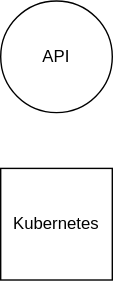
Above: wiki/images/Test.svg in IndustryFusion/DigitalTwin (draw.io), before the change. Source tidied: cells renumbered, new cells last; positions are measured from the earlier drawing's top-left corner, leaving out a move shared by most shapes.
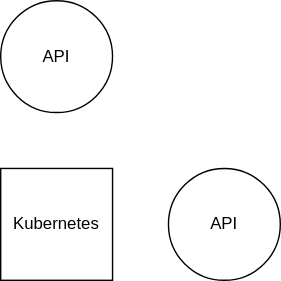
The same diagram one commit later.

Diff of the diagram source:
```diff
@@ -8,5 +8,8 @@
     <mxCell id="3" value="API" style="ellipse;whiteSpace=wrap;html=1;" parent="1" vertex="1">
       <mxGeometry width="80" height="80" as="geometry" />
     </mxCell>
+    <mxCell id="4" value="API" style="ellipse;whiteSpace=wrap;html=1;" parent="1" vertex="1">
+      <mxGeometry x="120" y="120" width="80" height="80" as="geometry" />
+    </mxCell>
   </root>
 </mxGraphModel>
```
